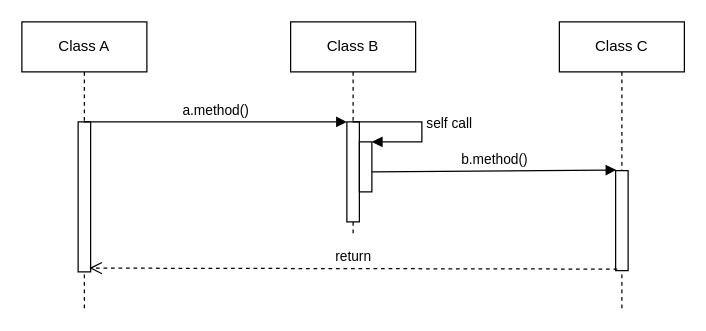
The draw.io diagram 时序图模板.drawio in SuperSources/draw.io, before the edit. Source tidied: cells renumbered, new cells numbered last; positions are measured from the earlier drawing's top-left corner, leaving out a move shared by most shapes. Both pictures are drawn from the tidied source at 125%, with x=0, y=0 at pixel (21, 21).
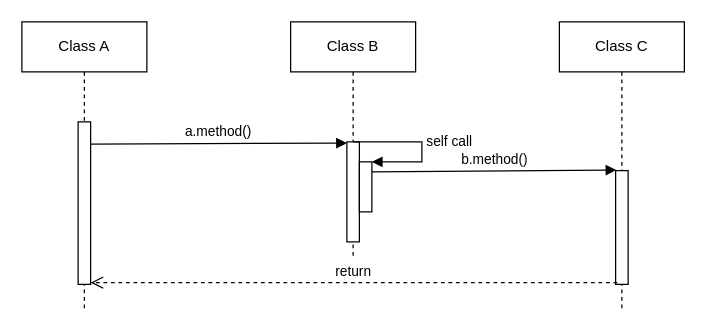
Above is the later version.

Commit message:
时序图模板.drawio

The edit, as a diff of the source:
```diff
@@
 <mxGraphModel>
   <root>
     <mxCell id="0" />
     <mxCell id="1" parent="0" />
     <mxCell id="2" value="Class A" style="shape=umlLifeline;perimeter=lifelinePerimeter;whiteSpace=wrap;html=1;outlineConnect=0;" parent="1" vertex="1">
       <mxGeometry width="100" height="230" as="geometry" />
     </mxCell>
     <mxCell id="3" style="html=1;points=[];perimeter=orthogonalPerimeter;" parent="2" vertex="1">
-      <mxGeometry x="45" y="80" width="10" height="120" as="geometry" />
+      <mxGeometry x="45" y="80" width="10" height="130" as="geometry" />
     </mxCell>
     <mxCell id="4" value="Class B" style="shape=umlLifeline;perimeter=lifelinePerimeter;whiteSpace=wrap;html=1;outlineConnect=0;" parent="1" vertex="1">
-      <mxGeometry x="215" width="100" height="170" as="geometry" />
+      <mxGeometry x="215" width="100" height="190" as="geometry" />
     </mxCell>
     <mxCell id="5" style="html=1;points=[];perimeter=orthogonalPerimeter;" parent="4" vertex="1">
-      <mxGeometry x="45" y="80" width="10" height="80" as="geometry" />
+      <mxGeometry x="45" y="96" width="10" height="80" as="geometry" />
     </mxCell>
     <mxCell id="6" style="html=1;points=[];perimeter=orthogonalPerimeter;" parent="4" vertex="1">
-      <mxGeometry x="55" y="96" width="10" height="40" as="geometry" />
+      <mxGeometry x="55" y="112" width="10" height="40" as="geometry" />
     </mxCell>
-    <mxCell id="7" value="self call" style="edgeStyle=orthogonalEdgeStyle;html=1;align=left;spacingLeft=2;endArrow=block;rounded=0;entryX=1;entryY=0;" parent="4" edge="1" source="4" target="6">
+    <mxCell id="7" value="self call" style="edgeStyle=orthogonalEdgeStyle;html=1;align=left;spacingLeft=2;endArrow=block;rounded=0;entryX=1;entryY=0;" parent="4" edge="1" target="6">
       <mxGeometry relative="1" as="geometry">
+        <mxPoint x="50.1" y="96" as="sourcePoint" />
         <Array as="points">
-          <mxPoint x="105" y="80" />
           <mxPoint x="105" y="96" />
+          <mxPoint x="105" y="112" />
         </Array>
       </mxGeometry>
     </mxCell>
-    <mxCell id="8" value="a.method()" style="html=1;verticalAlign=bottom;endArrow=block;entryX=0;entryY=0;rounded=0;" parent="1" edge="1" source="2" target="5">
-      <mxGeometry relative="1" as="geometry" />
+    <mxCell id="8" value="a.method()" style="html=1;verticalAlign=bottom;endArrow=block;entryX=0;entryY=0;rounded=0;exitX=1.016;exitY=0.137;exitDx=0;exitDy=0;exitPerimeter=0;" parent="1" edge="1" source="3">
+      <mxGeometry relative="1" as="geometry">
+        <mxPoint x="260" y="97" as="targetPoint" />
+      </mxGeometry>
     </mxCell>
     <mxCell id="9" value="Class C" style="shape=umlLifeline;perimeter=lifelinePerimeter;whiteSpace=wrap;html=1;" parent="1" vertex="1">
       <mxGeometry x="430" width="100" height="230" as="geometry" />
     </mxCell>
     <mxCell id="10" style="html=1;points=[];perimeter=orthogonalPerimeter;" parent="9" vertex="1">
-      <mxGeometry x="45" y="119" width="10" height="80" as="geometry" />
+      <mxGeometry x="45" y="119" width="10" height="91" as="geometry" />
     </mxCell>
+    <mxCell id="12" value="b.method()" style="html=1;verticalAlign=bottom;endArrow=block;rounded=0;entryX=0.056;entryY=-0.006;entryDx=0;entryDy=0;entryPerimeter=0;" parent="1" edge="1" target="10">
+      <mxGeometry relative="1" as="geometry">
+        <mxPoint x="280" y="120" as="sourcePoint" />
+      </mxGeometry>
+    </mxCell>
-    <mxCell id="11" value="return" style="html=1;verticalAlign=bottom;endArrow=open;dashed=1;endSize=8;rounded=0;exitX=0.129;exitY=0.985;exitDx=0;exitDy=0;exitPerimeter=0;" parent="9" edge="1" source="10">
-      <mxGeometry relative="1" as="geometry">
-        <mxPoint x="-376" y="197" as="targetPoint" />
-      </mxGeometry>
+    <mxCell id="11" value="return" style="html=1;verticalAlign=bottom;endArrow=open;dashed=1;endSize=8;rounded=0;exitX=0.129;exitY=0.985;exitDx=0;exitDy=0;exitPerimeter=0;" parent="1" edge="1" source="10" target="3">
+      <mxGeometry relative="1" as="geometry" />
     </mxCell>
-    <mxCell id="12" value="b.method()" style="html=1;verticalAlign=bottom;endArrow=block;rounded=0;entryX=0.056;entryY=-0.006;entryDx=0;entryDy=0;entryPerimeter=0;" parent="1" edge="1" target="10">
-      <mxGeometry relative="1" as="geometry">
-        <mxPoint x="280" y="120" as="sourcePoint" />
-      </mxGeometry>
-    </mxCell>
   </root>
 </mxGraphModel>
```
